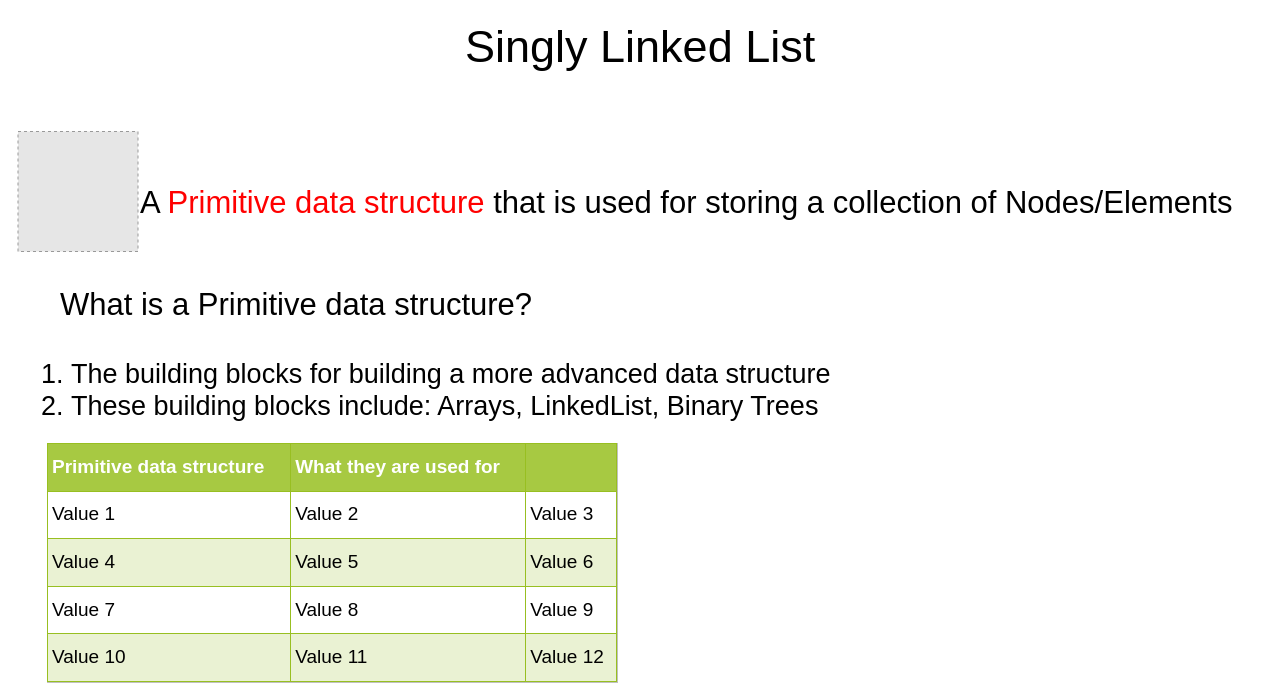
Earlier version of the draw.io diagram SLL.drawio (codingXllama/Datastructures-Tutorial). Source tidied: cells renumbered, new cells numbered last; positions are measured from the earlier drawing's top-left corner, leaving out a move shared by most shapes. Both pictures are drawn from the tidied source at 100%, with x=0, y=0 at pixel (18, 17). Pictures stored in the file or linked from it are replaced by grey dashed boxes.
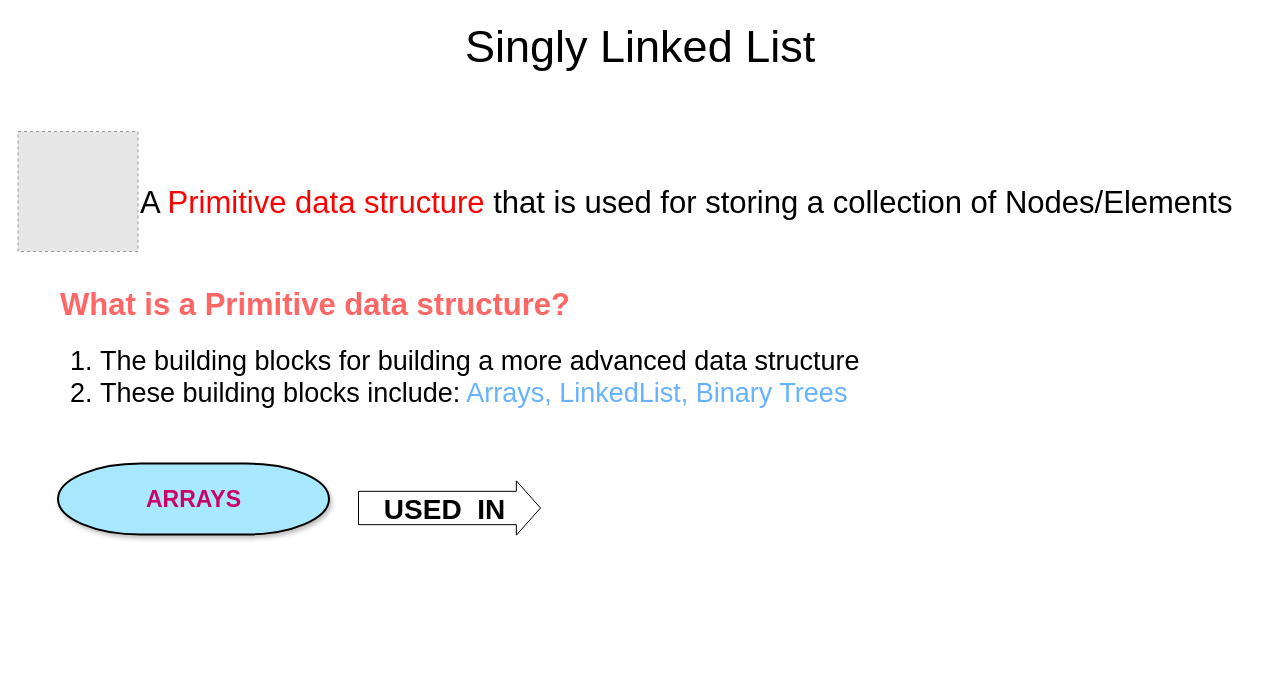
The same diagram, later.

Change to the diagram source:
```diff
@@
 <mxGraphModel>
   <root>
     <mxCell id="0" />
     <mxCell id="1" parent="0" />
     <mxCell id="2" value="&lt;font style=&quot;font-size: 45px&quot;&gt;Singly Linked List&lt;/font&gt;" style="text;html=1;align=left;verticalAlign=top;spacingTop=-4;" parent="1" vertex="1">
       <mxGeometry x="445" y="-0.5" width="360" height="25" as="geometry" />
     </mxCell>
     <mxCell id="3" value="&lt;font style=&quot;font-size: 31px&quot;&gt;A &lt;font color=&quot;#ff0000&quot;&gt;Primitive data structure&lt;/font&gt; that is used for storing a collection of Nodes/Elements&amp;nbsp;&amp;nbsp;&lt;/font&gt;" style="text;html=1;align=left;verticalAlign=top;spacingTop=-4;" parent="1" vertex="1">
       <mxGeometry x="119.5" y="164" width="1121" height="20" as="geometry" />
     </mxCell>
     <mxCell id="4" style="fillColor=#E6E6E6;strokeColor=#999999;dashed=1;verticalLabelPosition=bottom;labelBackgroundColor=#ffffff;verticalAlign=top;" parent="1" vertex="1">
       <mxGeometry x="-0.5" y="114" width="120" height="120" as="geometry" />
     </mxCell>
-    <mxCell id="5" value="&lt;span style=&quot;font-size: 31px&quot;&gt;What is a Primitive data structure?&lt;/span&gt;&lt;br&gt;" style="text;html=1;align=left;verticalAlign=top;spacingTop=-4;" parent="1" vertex="1">
-      <mxGeometry x="39.5" y="265.5" width="482" height="20" as="geometry" />
+    <mxCell id="5" value="&lt;span style=&quot;font-size: 31px&quot;&gt;&lt;b&gt;&lt;font color=&quot;#ff6666&quot;&gt;What is a Primitive data structure?&lt;/font&gt;&lt;/b&gt;&lt;/span&gt;&lt;br&gt;" style="text;html=1;align=left;verticalAlign=top;spacingTop=-4;" parent="1" vertex="1">
+      <mxGeometry x="39.5" y="265.5" width="520" height="20" as="geometry" />
     </mxCell>
-    <mxCell id="6" value="&lt;ol style=&quot;font-size: 27px&quot;&gt;&lt;li&gt;&lt;span&gt;The building blocks for building a more advanced data structure&lt;/span&gt;&lt;/li&gt;&lt;li&gt;&lt;span&gt;These building blocks include: Arrays, LinkedList, Binary Trees&lt;/span&gt;&lt;/li&gt;&lt;/ol&gt;" style="text;html=1;align=left;verticalAlign=top;spacingTop=-4;" parent="1" vertex="1">
-      <mxGeometry x="11" y="311" width="809" height="82" as="geometry" />
+    <mxCell id="6" value="&lt;ol style=&quot;font-size: 27px&quot;&gt;&lt;li&gt;&lt;span&gt;The building blocks for building a more advanced data structure&lt;/span&gt;&lt;/li&gt;&lt;li&gt;These building blocks include: &lt;font color=&quot;#66b2ff&quot;&gt;Arrays, LinkedList, Binary Trees&lt;/font&gt;&lt;/li&gt;&lt;/ol&gt;" style="text;html=1;align=left;verticalAlign=top;spacingTop=-4;" parent="1" vertex="1">
+      <mxGeometry x="39.5" y="297.5" width="809" height="82" as="geometry" />
     </mxCell>
-    <mxCell id="7" value="&lt;table border=&quot;1&quot; width=&quot;100%&quot; cellpadding=&quot;4&quot; style=&quot;width: 100% ; height: 100% ; border-collapse: collapse ; font-size: 19px&quot;&gt;&lt;tbody&gt;&lt;tr style=&quot;background-color: #a7c942 ; color: #ffffff ; border: 1px solid #98bf21&quot;&gt;&lt;th align=&quot;left&quot;&gt;Primitive data structure&lt;/th&gt;&lt;th align=&quot;left&quot;&gt;What they are used for&lt;/th&gt;&lt;th align=&quot;left&quot;&gt;&lt;/th&gt;&lt;/tr&gt;&lt;tr style=&quot;border: 1px solid #98bf21&quot;&gt;&lt;td&gt;Value 1&lt;/td&gt;&lt;td&gt;Value 2&lt;/td&gt;&lt;td&gt;Value 3&lt;/td&gt;&lt;/tr&gt;&lt;tr style=&quot;background-color: #eaf2d3 ; border: 1px solid #98bf21&quot;&gt;&lt;td&gt;Value 4&lt;/td&gt;&lt;td&gt;Value 5&lt;/td&gt;&lt;td&gt;Value 6&lt;/td&gt;&lt;/tr&gt;&lt;tr style=&quot;border: 1px solid #98bf21&quot;&gt;&lt;td&gt;Value 7&lt;/td&gt;&lt;td&gt;Value 8&lt;/td&gt;&lt;td&gt;Value 9&lt;/td&gt;&lt;/tr&gt;&lt;tr style=&quot;background-color: #eaf2d3 ; border: 1px solid #98bf21&quot;&gt;&lt;td&gt;Value 10&lt;/td&gt;&lt;td&gt;Value 11&lt;/td&gt;&lt;td&gt;Value 12&lt;/td&gt;&lt;/tr&gt;&lt;/tbody&gt;&lt;/table&gt;" style="text;html=1;strokeColor=#c0c0c0;fillColor=#ffffff;overflow=fill;rounded=0;" parent="1" vertex="1">
-      <mxGeometry x="29" y="426" width="570" height="239" as="geometry" />
-    </mxCell>
+    <mxCell id="8" value="&lt;span style=&quot;font-size: 23px&quot;&gt;&lt;b&gt;&lt;font color=&quot;#cc0066&quot;&gt;ARRAYS&lt;/font&gt;&lt;/b&gt;&lt;/span&gt;" style="strokeWidth=2;html=1;shape=mxgraph.flowchart.terminator;whiteSpace=wrap;rounded=1;shadow=1;glass=1;fillColor=#A8E8FF;gradientColor=none;" parent="1" vertex="1">
+      <mxGeometry x="39.5" y="446" width="271" height="71" as="geometry" />
+    </mxCell>
+    <mxCell id="9" value="&lt;font style=&quot;font-size: 28px&quot;&gt;&lt;b&gt;USED&amp;nbsp; IN&lt;/b&gt;&lt;/font&gt;" style="text;html=1;strokeColor=none;fillColor=none;align=center;verticalAlign=middle;whiteSpace=wrap;rounded=0;shadow=1;glass=1;labelBackgroundColor=none;" parent="1" vertex="1">
+      <mxGeometry x="329.5" y="481.5" width="193" height="20" as="geometry" />
+    </mxCell>
+    <mxCell id="10" style="shape=flexArrow;endArrow=classic;html=1;width=33.333333333333336;endSize=7.716666666666667;" parent="1" edge="1">
+      <mxGeometry relative="1" as="geometry">
+        <mxPoint x="339.5" y="490.5" as="sourcePoint" />
+        <mxPoint x="522.5" y="490.5" as="targetPoint" />
+      </mxGeometry>
+    </mxCell>
   </root>
 </mxGraphModel>
```
